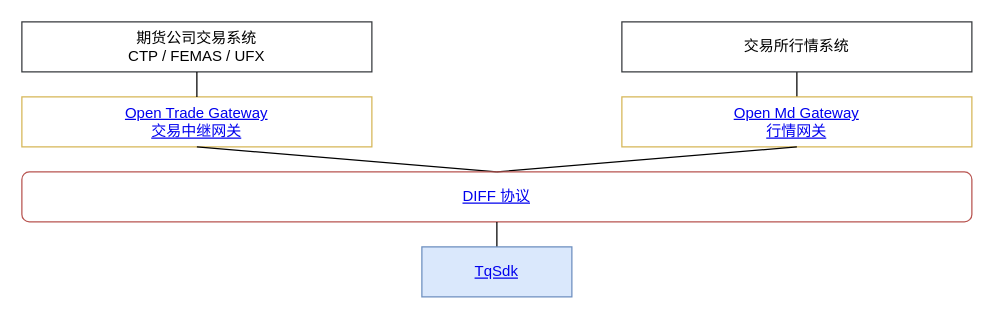
Above: page "纯TqSdk" (4 of 5) of doc/images/system.drawio in shinnytech/tqsdk-python (draw.io), before the change. Source tidied: cells renumbered, new cells numbered last; positions are measured from the earlier drawing's top-left corner, leaving out a move shared by most shapes. Both pictures are drawn from the tidied source at 125%, with x=0, y=0 at pixel (21, 21).
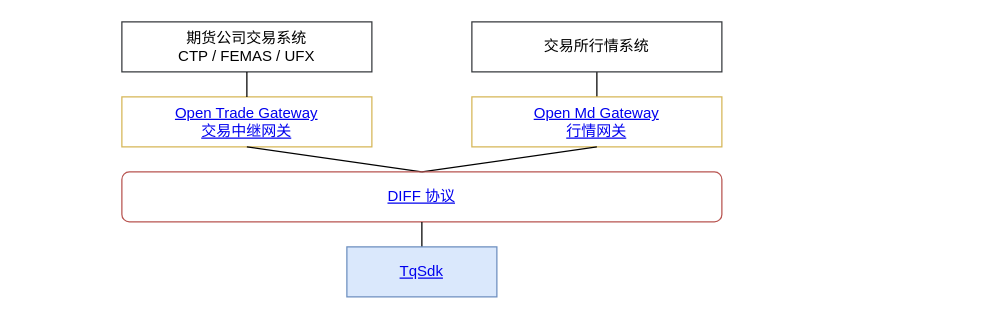
The same diagram, later.

Change to the diagram source:
```diff
@@
 <mxGraphModel>
   <root>
     <mxCell id="0" />
     <mxCell id="1" parent="0" />
     <mxCell id="2" style="edgeStyle=none;rounded=0;html=1;exitX=0.5;exitY=0;entryX=0.5;entryY=1;startArrow=none;startFill=0;endArrow=none;endFill=0;jettySize=auto;" parent="1" edge="1" source="3" target="6">
       <mxGeometry relative="1" as="geometry" />
     </mxCell>
     <mxCell id="3" value="&lt;div&gt;&lt;a href=&quot;https://github.com/shinnytech/open-md-gateway&quot;&gt;Open Md Gateway&lt;/a&gt;&lt;/div&gt;&lt;div&gt;&lt;a href=&quot;https://github.com/shinnytech/open-md-gateway&quot;&gt;行情网关&lt;/a&gt;&lt;/div&gt;" style="rounded=0;whiteSpace=wrap;html=1;fillColor=none;strokeColor=#d6b656;" parent="1" vertex="1">
-      <mxGeometry x="480" y="60" width="280" height="40" as="geometry" />
+      <mxGeometry x="360" y="60" width="200" height="40" as="geometry" />
     </mxCell>
     <mxCell id="4" value="&lt;a href=&quot;https://github.com/shinnytech/open-trade-gateway&quot;&gt;Open Trade Gateway&lt;br&gt;交易中继网关&lt;/a&gt;&lt;br&gt;" style="rounded=0;whiteSpace=wrap;html=1;fillColor=none;strokeColor=#d6b656;" parent="1" vertex="1">
-      <mxGeometry y="60" width="280" height="40" as="geometry" />
+      <mxGeometry x="80" y="60" width="200" height="40" as="geometry" />
     </mxCell>
     <mxCell id="5" value="期货公司交易系统&lt;br&gt;CTP / FEMAS / UFX&lt;br&gt;" style="rounded=0;whiteSpace=wrap;html=1;fillColor=none;strokeColor=#36393d;" parent="1" vertex="1">
-      <mxGeometry width="280" height="40" as="geometry" />
+      <mxGeometry x="80" width="200" height="40" as="geometry" />
     </mxCell>
     <mxCell id="6" value="交易所行情系统&lt;br&gt;" style="rounded=0;whiteSpace=wrap;html=1;fillColor=none;strokeColor=#36393d;" parent="1" vertex="1">
-      <mxGeometry x="480" width="280" height="40" as="geometry" />
+      <mxGeometry x="360" width="200" height="40" as="geometry" />
     </mxCell>
     <mxCell id="7" style="edgeStyle=none;rounded=0;html=1;exitX=0.5;exitY=0;entryX=0.5;entryY=1;jettySize=auto;endArrow=none;endFill=0;" parent="1" edge="1" source="4" target="5">
       <mxGeometry relative="1" as="geometry" />
     </mxCell>
     <mxCell id="8" style="edgeStyle=none;rounded=0;html=1;exitX=0.5;exitY=0;entryX=0.5;entryY=1;startArrow=none;startFill=0;endArrow=none;endFill=0;jettySize=auto;" parent="1" edge="1" source="10" target="4">
       <mxGeometry relative="1" as="geometry" />
     </mxCell>
     <mxCell id="9" style="edgeStyle=none;rounded=0;html=1;exitX=0.5;exitY=0;entryX=0.5;entryY=1;startArrow=none;startFill=0;endArrow=none;endFill=0;jettySize=auto;" parent="1" edge="1" source="10" target="3">
       <mxGeometry relative="1" as="geometry" />
     </mxCell>
     <mxCell id="10" value="&lt;a href=&quot;https://github.com/shinnytech/diff&quot;&gt;DIFF 协议&lt;/a&gt;" style="rounded=1;whiteSpace=wrap;html=1;fillColor=none;strokeColor=#b85450;" parent="1" vertex="1">
-      <mxGeometry y="120" width="760" height="40" as="geometry" />
+      <mxGeometry x="80" y="120" width="480" height="40" as="geometry" />
     </mxCell>
-    <mxCell id="11" style="edgeStyle=none;rounded=0;html=1;exitX=0.5;exitY=0;entryX=0.5;entryY=1;startArrow=none;startFill=0;endArrow=none;endFill=0;jettySize=auto;entryDx=0;entryDy=0;" parent="1" edge="1" target="10">
-      <mxGeometry relative="1" as="geometry">
-        <mxPoint x="380" y="180" as="sourcePoint" />
-      </mxGeometry>
+    <mxCell id="11" style="edgeStyle=none;rounded=0;html=1;exitX=0.5;exitY=0;entryX=0.5;entryY=1;startArrow=none;startFill=0;endArrow=none;endFill=0;jettySize=auto;entryDx=0;entryDy=0;exitDx=0;exitDy=0;" parent="1" edge="1" source="12" target="10">
+      <mxGeometry relative="1" as="geometry" />
     </mxCell>
     <mxCell id="12" value="&lt;a href=&quot;https://github.com/shinnytech/tqsdk-python&quot;&gt;TqSdk&lt;/a&gt;&lt;br&gt;" style="rounded=0;whiteSpace=wrap;html=1;fillColor=#dae8fc;strokeColor=#6c8ebf;" parent="1" vertex="1">
-      <mxGeometry x="320" y="180" width="120" height="40" as="geometry" />
+      <mxGeometry x="260" y="180" width="120" height="40" as="geometry" />
     </mxCell>
   </root>
 </mxGraphModel>
```
